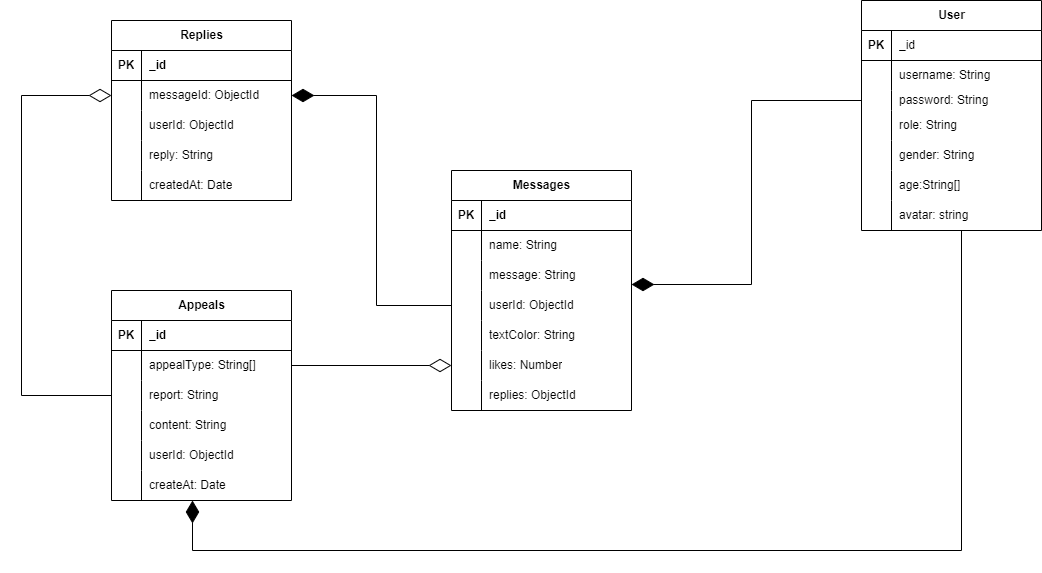
Before: 資料庫.drawio.png, a diagram exported from draw.io (skwpg6830/-). Source tidied: cells renumbered, new cells last; positions are measured from the earlier drawing's top-left corner, leaving out a move shared by most shapes.
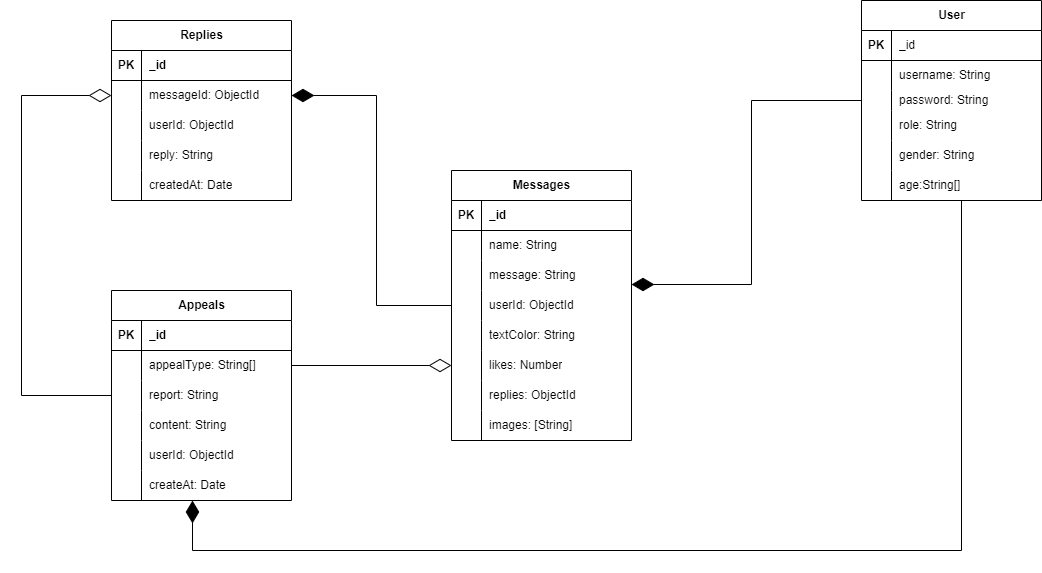
Later version of the same file.

Change to the diagram source:
```diff
@@ -3,7 +3,7 @@
     <mxCell id="0" />
     <mxCell id="1" parent="0" />
     <mxCell id="2" value="User" style="shape=table;startSize=30;rowLines=0;fontStyle=1;align=center;html=1;" parent="1" vertex="1">
-      <mxGeometry x="840" width="180" height="230" as="geometry" />
+      <mxGeometry x="840" width="180" height="200" as="geometry" />
     </mxCell>
     <mxCell id="3" style="shape=tableRow;horizontal=0;startSize=0;swimlaneHead=0;swimlaneBody=0;fillColor=none;top=0;left=0;right=0;bottom=1;" parent="2" vertex="1">
       <mxGeometry y="30" width="180" height="30" as="geometry" />
@@ -59,17 +59,8 @@
     <mxCell id="20" value="age:String[]" style="shape=partialRectangle;fillColor=none;top=0;left=0;bottom=0;right=0;align=left;spacingLeft=6;overflow=hidden;whiteSpace=wrap;html=1;" parent="18" vertex="1">
       <mxGeometry x="30" width="150" height="30" as="geometry" />
     </mxCell>
-    <mxCell id="21" style="shape=tableRow;horizontal=0;startSize=0;swimlaneHead=0;swimlaneBody=0;fillColor=none;top=0;left=0;right=0;bottom=0;" parent="2" vertex="1">
-      <mxGeometry y="200" width="180" height="30" as="geometry" />
-    </mxCell>
-    <mxCell id="22" style="shape=partialRectangle;fillColor=none;top=0;left=0;bottom=0;right=0;overflow=hidden;whiteSpace=wrap;html=1;" parent="21" vertex="1">
-      <mxGeometry width="30" height="30" as="geometry" />
-    </mxCell>
-    <mxCell id="23" value="avatar: string" style="shape=partialRectangle;fillColor=none;top=0;left=0;bottom=0;right=0;align=left;spacingLeft=6;overflow=hidden;whiteSpace=wrap;html=1;" parent="21" vertex="1">
-      <mxGeometry x="30" width="150" height="30" as="geometry" />
-    </mxCell>
     <mxCell id="24" value="Messages" style="shape=table;startSize=30;rowLines=0;fontStyle=1;align=center;html=1;" parent="1" vertex="1">
-      <mxGeometry x="430" y="170" width="180" height="240" as="geometry" />
+      <mxGeometry x="430" y="170" width="180" height="270" as="geometry" />
     </mxCell>
     <mxCell id="25" style="shape=tableRow;horizontal=0;startSize=0;swimlaneHead=0;swimlaneBody=0;fillColor=none;top=0;left=0;right=0;bottom=1;" parent="24" vertex="1">
       <mxGeometry y="30" width="180" height="30" as="geometry" />
@@ -134,6 +125,15 @@
     <mxCell id="45" value="replies: ObjectId" style="shape=partialRectangle;fillColor=none;top=0;left=0;bottom=0;right=0;align=left;spacingLeft=6;overflow=hidden;whiteSpace=wrap;html=1;" parent="43" vertex="1">
       <mxGeometry x="30" width="150" height="30" as="geometry" />
     </mxCell>
+    <mxCell id="86" style="shape=tableRow;horizontal=0;startSize=0;swimlaneHead=0;swimlaneBody=0;fillColor=none;top=0;left=0;right=0;bottom=0;" parent="24" vertex="1">
+      <mxGeometry y="240" width="180" height="30" as="geometry" />
+    </mxCell>
+    <mxCell id="22" style="shape=partialRectangle;fillColor=none;top=0;left=0;bottom=0;right=0;overflow=hidden;whiteSpace=wrap;html=1;" parent="86" vertex="1">
+      <mxGeometry width="30" height="30" as="geometry" />
+    </mxCell>
+    <mxCell id="87" value="images: [String]" style="shape=partialRectangle;fillColor=none;top=0;left=0;bottom=0;right=0;align=left;spacingLeft=6;overflow=hidden;whiteSpace=wrap;html=1;" parent="86" vertex="1">
+      <mxGeometry x="30" width="150" height="30" as="geometry" />
+    </mxCell>
     <mxCell id="46" value="Replies" style="shape=table;startSize=30;rowLines=0;fontStyle=1;align=center;html=1;" parent="1" vertex="1">
       <mxGeometry x="90" y="20" width="180" height="180" as="geometry" />
     </mxCell>
```
